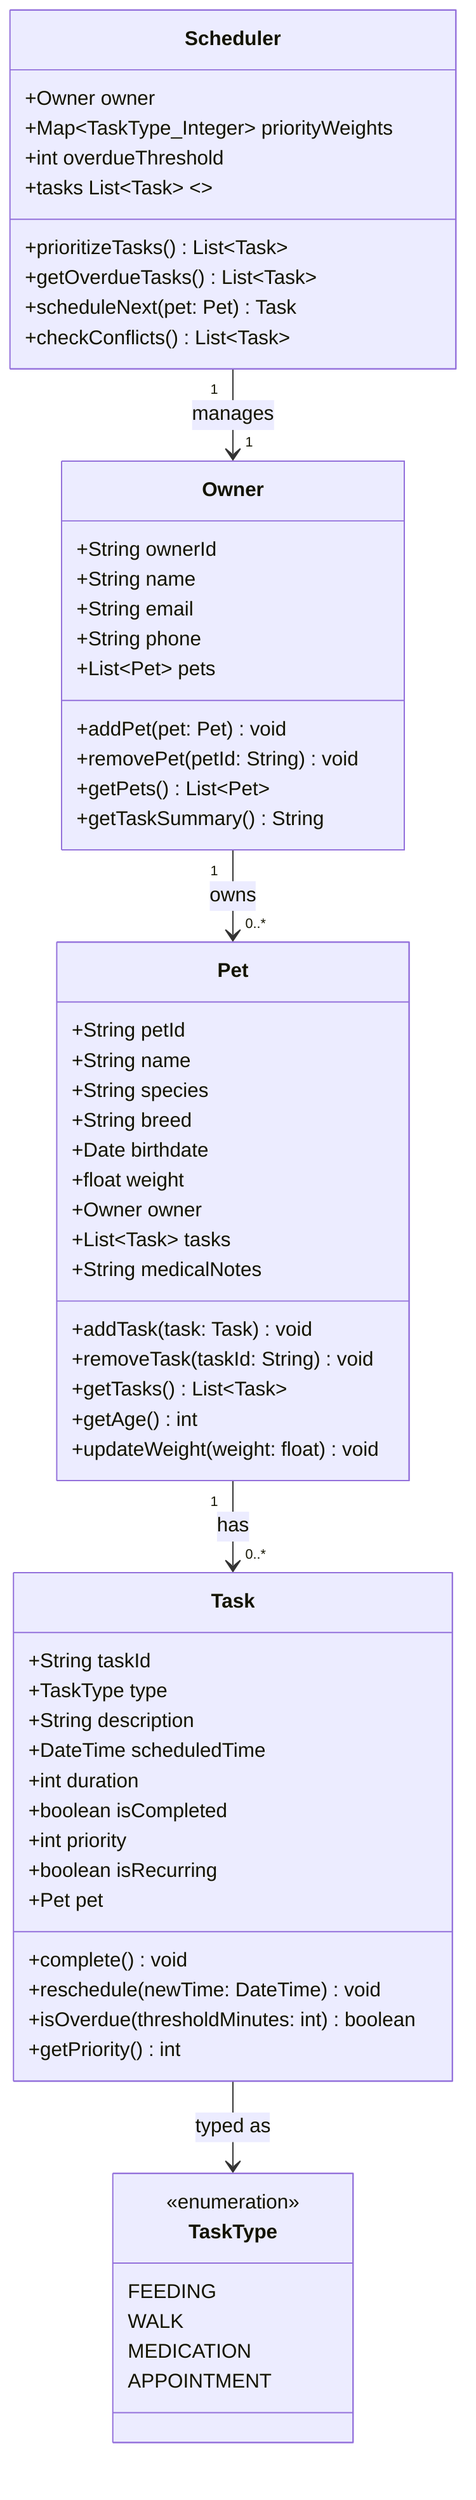
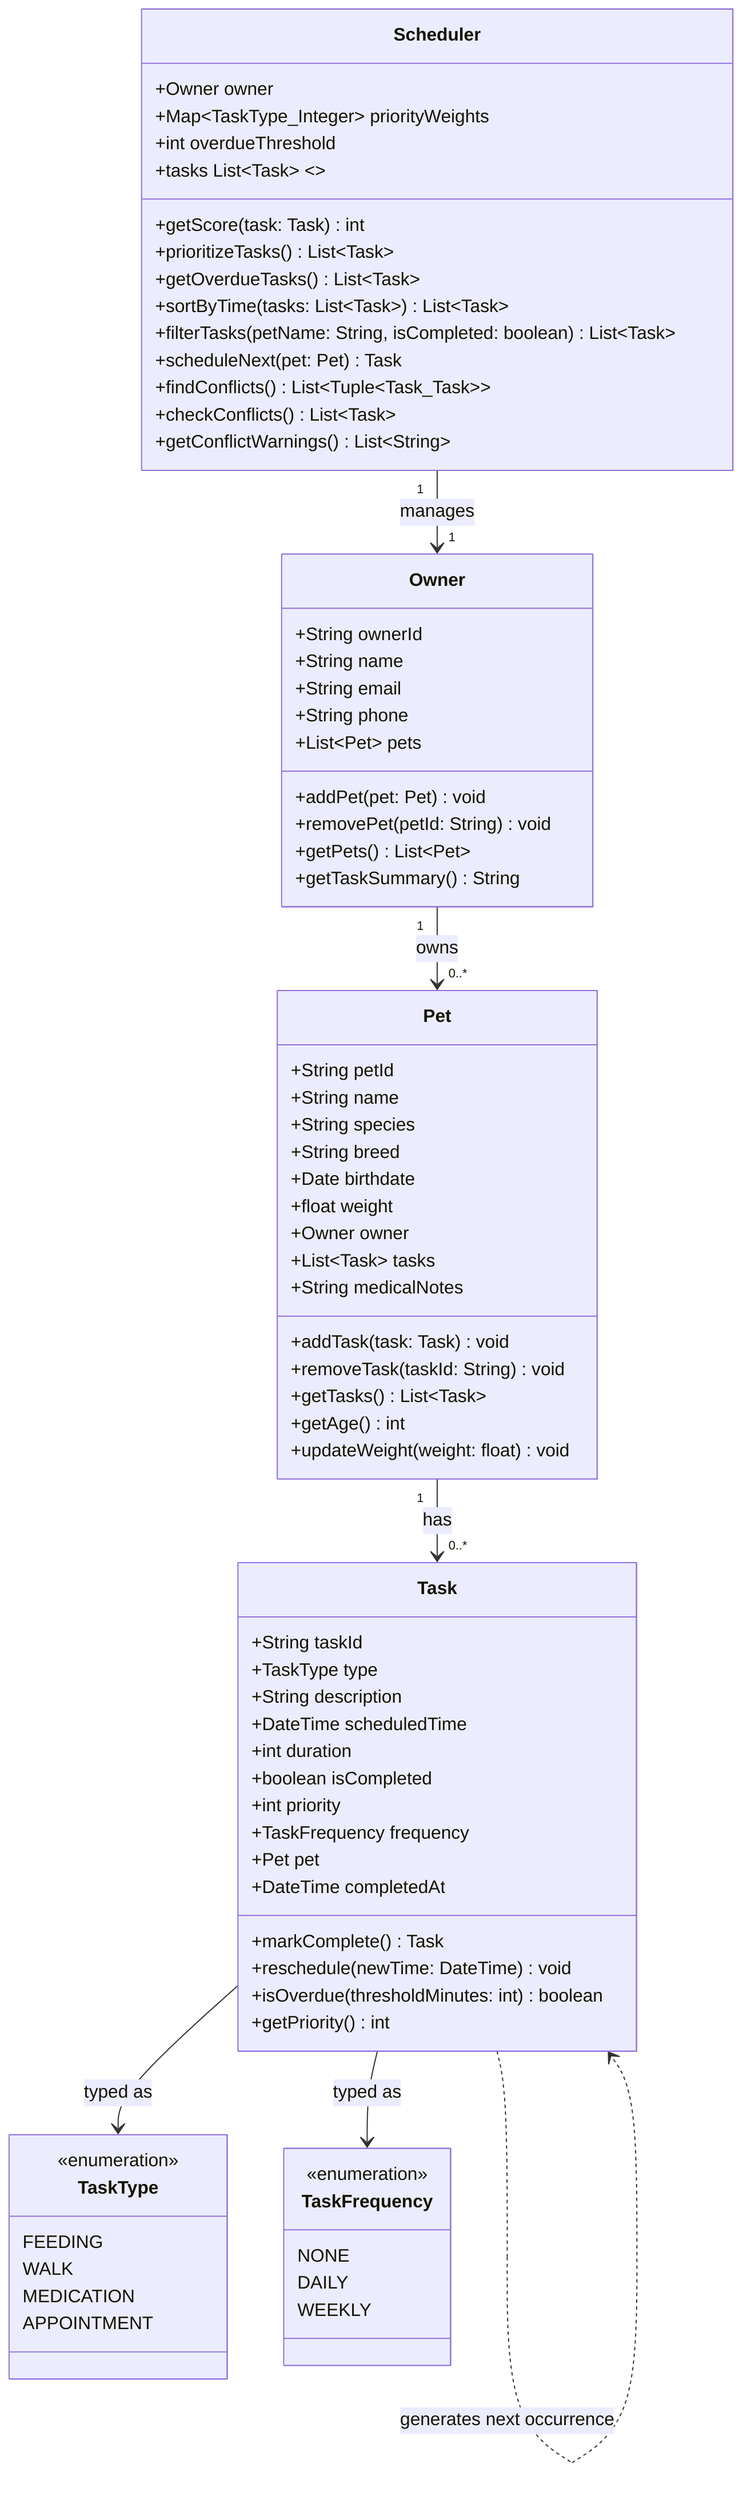
classDiagram
    %% Keep this file updated so it matches your final implementation.

    class Owner {
        +String ownerId
        +String name
        +String email
        +String phone
        +List~Pet~ pets
        +addPet(pet: Pet) void
        +removePet(petId: String) void
        +getPets() List~Pet~
        +getTaskSummary() String
    }

    class Pet {
        +String petId
        +String name
        +String species
        +String breed
        +Date birthdate
        +float weight
        +Owner owner
        +List~Task~ tasks
        +String medicalNotes
        +addTask(task: Task) void
        +removeTask(taskId: String) void
        +getTasks() List~Task~
        +getAge() int
        +updateWeight(weight: float) void
    }

    class Task {
        +String taskId
        +TaskType type
        +String description
        +DateTime scheduledTime
        +int duration
        +boolean isCompleted
        +int priority
-         +boolean isRecurring
+         +TaskFrequency frequency
        +Pet pet
-         +complete() void
+         +DateTime completedAt
+         +markComplete() Task
        +reschedule(newTime: DateTime) void
        +isOverdue(thresholdMinutes: int) boolean
        +getPriority() int
    }

    class TaskType {
        <<enumeration>>
        FEEDING
        WALK
        MEDICATION
        APPOINTMENT
    }

+     class TaskFrequency {
+         <<enumeration>>
+         NONE
+         DAILY
+         WEEKLY
+     }
+ 
    class Scheduler {
        +Owner owner
        +Map~TaskType_Integer~ priorityWeights
        +int overdueThreshold
        +tasks List~Task~ <<derived from owner.pets>>
+         +getScore(task: Task) int
        +prioritizeTasks() List~Task~
        +getOverdueTasks() List~Task~
+         +sortByTime(tasks: List~Task~) List~Task~
+         +filterTasks(petName: String, isCompleted: boolean) List~Task~
        +scheduleNext(pet: Pet) Task
+         +findConflicts() List~Tuple~Task_Task~~
        +checkConflicts() List~Task~
+         +getConflictWarnings() List~String~
    }

    Owner "1" --> "0..*" Pet : owns
    Pet "1" --> "0..*" Task : has
    Task --> TaskType : typed as
+     Task --> TaskFrequency : typed as
+     Task ..> Task : generates next occurrence
    Scheduler "1" --> "1" Owner : manages
